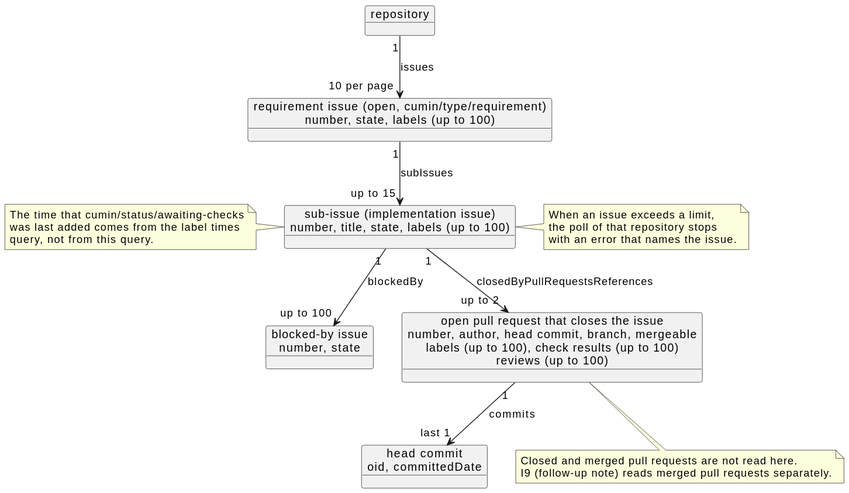
cloveclovedev/cumin-works keeps this PlantUML diagram as docs/ja/designs/poll-snapshot.svg. Above is the earlier version.
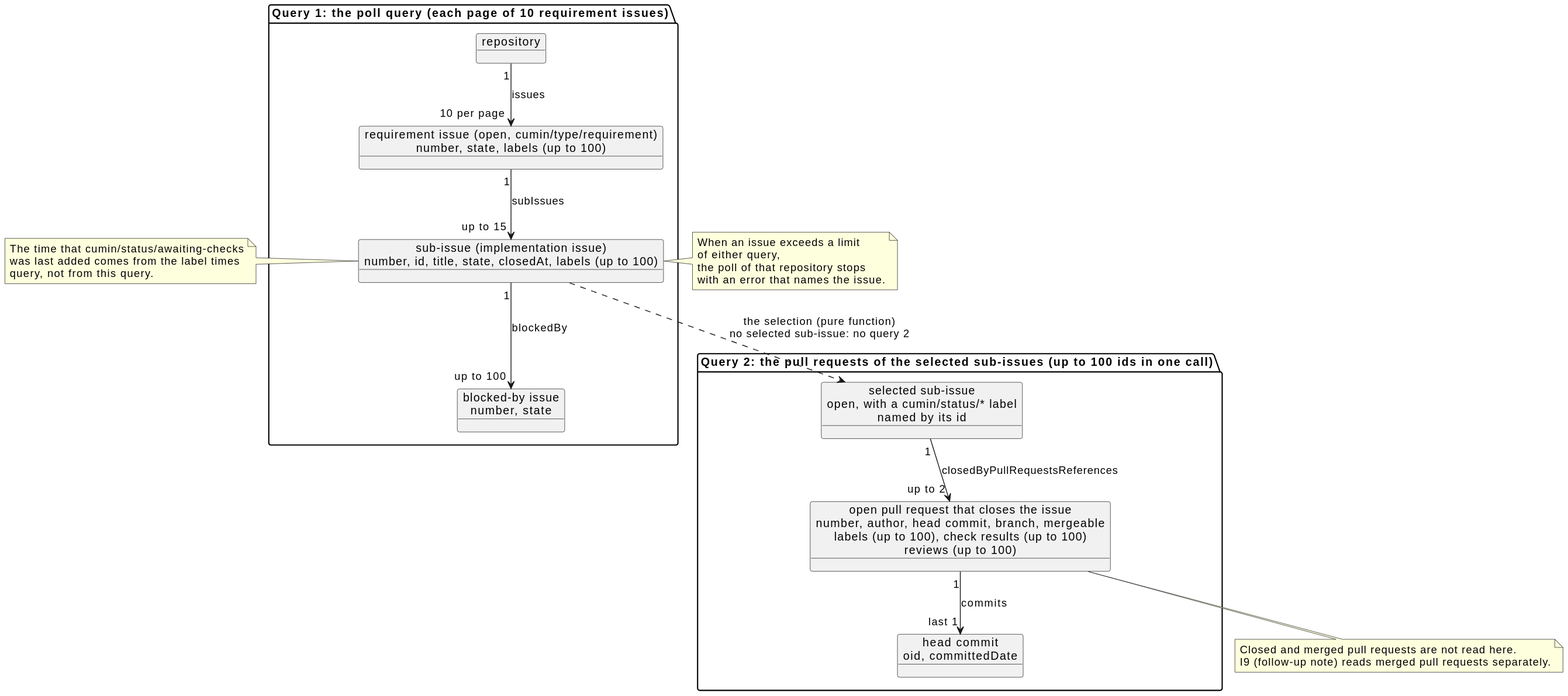
Above is the later version.

What changed in the source:
```diff
@@ -2,17 +2,23 @@
 skinparam shadowing false
 skinparam defaultFontName sans-serif
 
-object "repository" as repo
-object "requirement issue (open, cumin/type/requirement)\nnumber, state, labels (up to 100)" as req
-object "sub-issue (implementation issue)\nnumber, title, state, labels (up to 100)" as sub
-object "blocked-by issue\nnumber, state" as blocker
-object "open pull request that closes the issue\nnumber, author, head commit, branch, mergeable\nlabels (up to 100), check results (up to 100)\nreviews (up to 100)" as pr
-object "head commit\noid, committedDate" as commit
+package "Query 1: the poll query (each page of 10 requirement issues)" {
+  object "repository" as repo
+  object "requirement issue (open, cumin/type/requirement)\nnumber, state, labels (up to 100)" as req
+  object "sub-issue (implementation issue)\nnumber, id, title, state, closedAt, labels (up to 100)" as sub
+  object "blocked-by issue\nnumber, state" as blocker
+}
+package "Query 2: the pull requests of the selected sub-issues (up to 100 ids in one call)" {
+  object "selected sub-issue\nopen, with a cumin/status/* label\nnamed by its id" as selected
+  object "open pull request that closes the issue\nnumber, author, head commit, branch, mergeable\nlabels (up to 100), check results (up to 100)\nreviews (up to 100)" as pr
+  object "head commit\noid, committedDate" as commit
+}
 
 repo "1" --> "10 per page" req : issues
 req "1" --> "up to 15" sub : subIssues
 sub "1" --> "up to 100" blocker : blockedBy
-sub "1" --> "up to 2" pr : closedByPullRequestsReferences
+sub ..> selected : the selection (pure function)\nno selected sub-issue: no query 2
+selected "1" --> "up to 2" pr : closedByPullRequestsReferences
 pr "1" --> "last 1" commit : commits
 
 note bottom of pr
@@ -25,7 +31,8 @@
   query, not from this query.
 end note
 note right of sub
-  When an issue exceeds a limit,
+  When an issue exceeds a limit
+  of either query,
   the poll of that repository stops
   with an error that names the issue.
 end note
```
